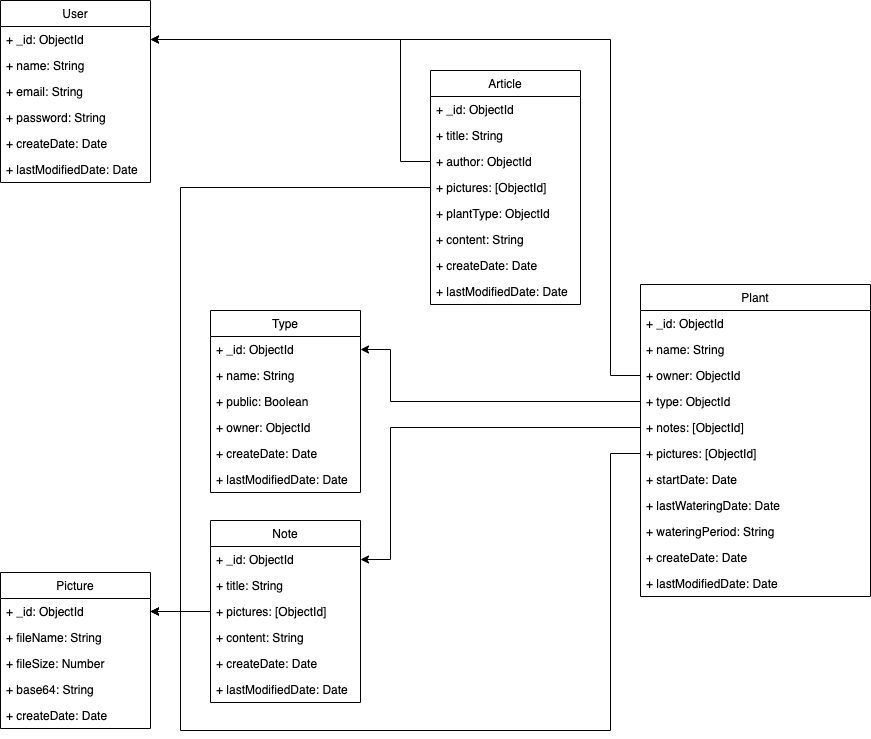
This is MyPlantNote.db_schema.png from BoChenHuang/MyPlantNote_backend, a draw.io export, as it was before one commit. Source tidied: cells renumbered, new cells last; positions are measured from the earlier drawing's top-left corner, leaving out a move shared by most shapes.
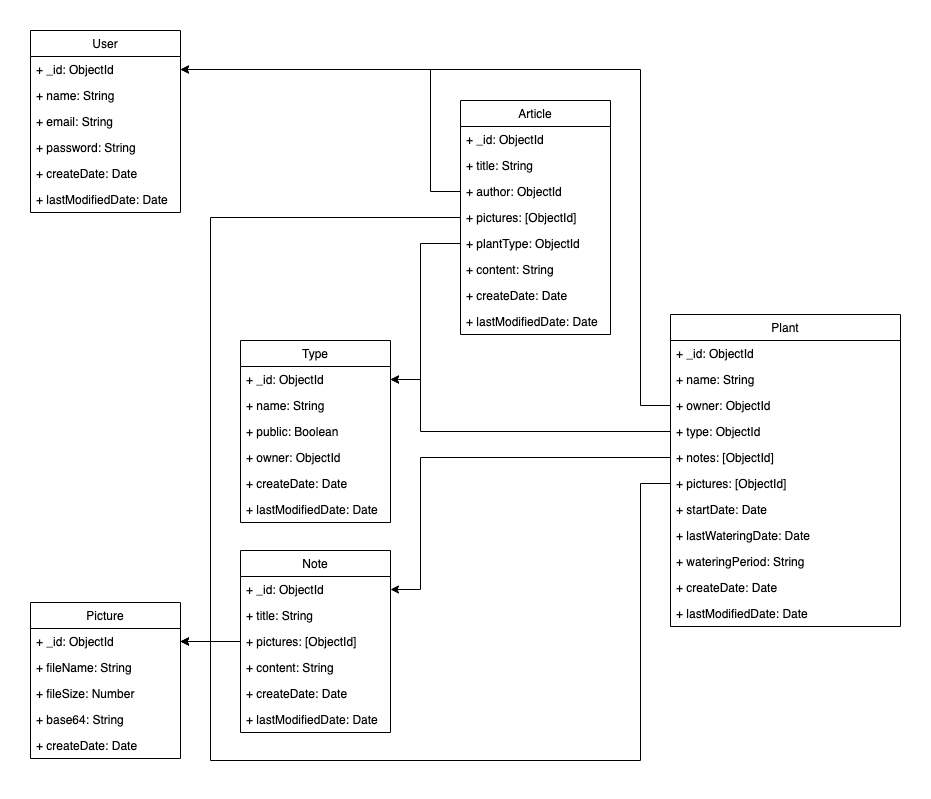
After the change.

Commit message:
feat: note & article db model

The edit, as a diff of the source:
```diff
@@ -207,5 +207,13 @@
         </Array>
       </mxGeometry>
     </mxCell>
+    <mxCell id="58" style="edgeStyle=orthogonalEdgeStyle;rounded=0;jettySize=auto;html=1;" parent="1" edge="1" source="47" target="22">
+      <mxGeometry relative="1" as="geometry">
+        <Array as="points">
+          <mxPoint x="390" y="213" />
+          <mxPoint x="390" y="349" />
+        </Array>
+      </mxGeometry>
+    </mxCell>
   </root>
 </mxGraphModel>
```
